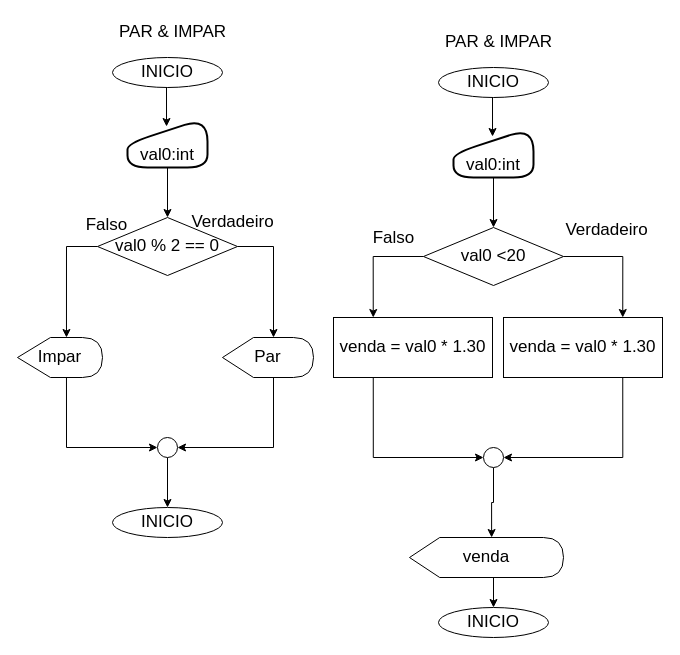
Above: log1.drawio in gilberto-009199/draw.io (draw.io), before the change. Source tidied: cells renumbered, new cells numbered last; positions are measured from the earlier drawing's top-left corner, leaving out a move shared by most shapes. Both pictures are drawn from the tidied source at 100%, with x=0, y=0 at pixel (17, 17).
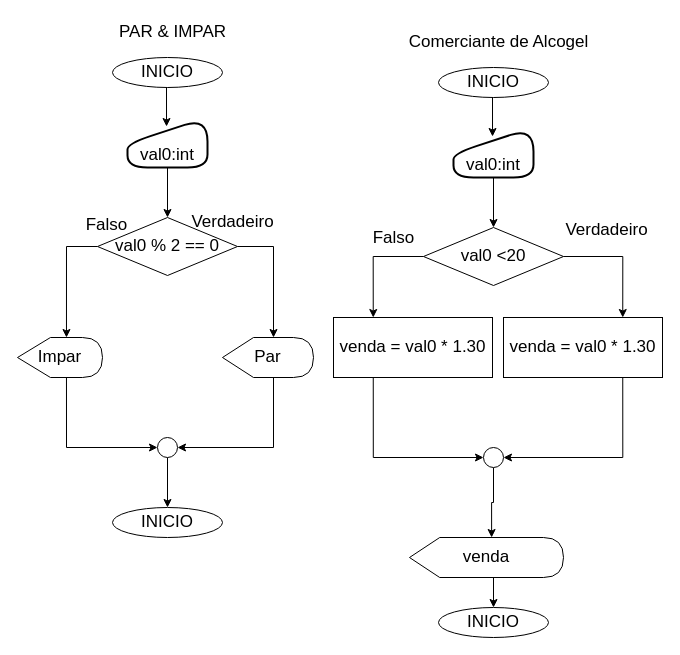
After the change.

Change to the diagram source:
```diff
@@
-    <mxCell id="29" value="PAR &amp;amp; IMPAR" style="text;html=1;align=center;verticalAlign=middle;fontSize=17;" parent="1" vertex="1">
-      <mxGeometry x="421" y="10" width="120" height="30" as="geometry" />
+    <mxCell id="29" value="Comerciante de Alcogel" style="text;html=1;align=center;verticalAlign=middle;fontSize=17;" parent="1" vertex="1">
+      <mxGeometry x="381" y="10" width="200" height="30" as="geometry" />
     </mxCell>
```
